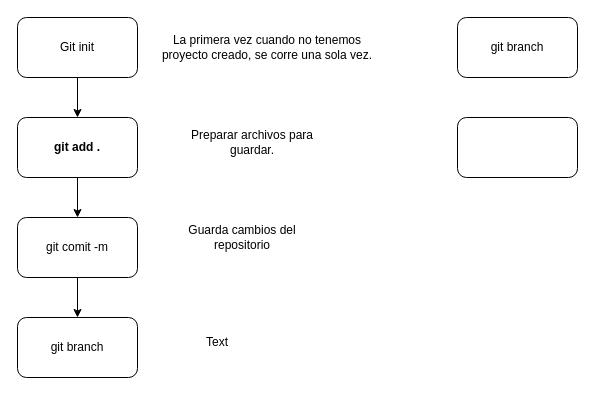
Before: page "Page-1" (1 of 2) of flujo.dio in arevaloramirezmariavictoria1/pagina-web-anime, a draw.io diagram. Source tidied: cells renumbered, new cells numbered last; positions are measured from the earlier drawing's top-left corner, leaving out a move shared by most shapes. Both pictures are drawn from the tidied source at 100%, with x=0, y=0 at pixel (17, 17).
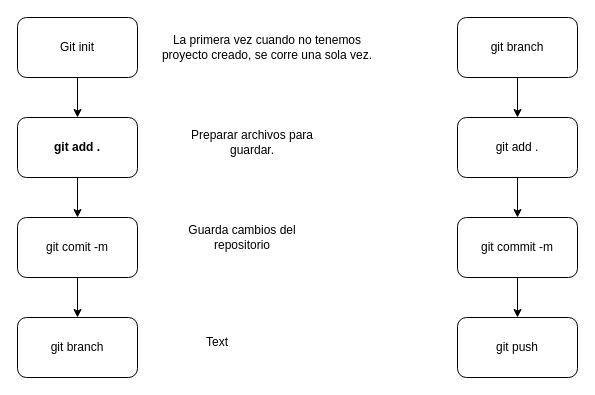
The same page after the edit.

Diff of the diagram source:
```diff
@@
 <mxGraphModel>
   <root>
     <mxCell id="0" />
     <mxCell id="1" parent="0" />
     <mxCell id="2" style="edgeStyle=none;html=1;" parent="1" edge="1" source="3" target="5">
       <mxGeometry relative="1" as="geometry" />
     </mxCell>
     <mxCell id="3" value="Git init" style="rounded=1;whiteSpace=wrap;html=1;" parent="1" vertex="1">
       <mxGeometry width="120" height="60" as="geometry" />
     </mxCell>
     <mxCell id="4" style="edgeStyle=none;html=1;" parent="1" edge="1" source="5" target="9">
       <mxGeometry relative="1" as="geometry" />
     </mxCell>
     <mxCell id="5" value="git add ." style="rounded=1;whiteSpace=wrap;html=1;fontStyle=1;" parent="1" vertex="1">
       <mxGeometry y="100" width="120" height="60" as="geometry" />
     </mxCell>
     <mxCell id="6" value="La primera vez cuando no tenemos proyecto creado, se corre una sola vez." style="text;html=1;align=center;verticalAlign=middle;whiteSpace=wrap;rounded=0;" parent="1" vertex="1">
       <mxGeometry x="140" y="15" width="220" height="30" as="geometry" />
     </mxCell>
     <mxCell id="7" value="Preparar archivos para guardar." style="text;html=1;align=center;verticalAlign=middle;whiteSpace=wrap;rounded=0;" parent="1" vertex="1">
       <mxGeometry x="150" y="110" width="170" height="30" as="geometry" />
     </mxCell>
     <mxCell id="8" style="edgeStyle=none;html=1;" parent="1" edge="1" source="9" target="10">
       <mxGeometry relative="1" as="geometry" />
     </mxCell>
     <mxCell id="9" value="git comit -m" style="rounded=1;whiteSpace=wrap;html=1;" parent="1" vertex="1">
       <mxGeometry y="200" width="120" height="60" as="geometry" />
     </mxCell>
     <mxCell id="10" value="git branch" style="rounded=1;whiteSpace=wrap;html=1;" parent="1" vertex="1">
       <mxGeometry y="300" width="120" height="60" as="geometry" />
     </mxCell>
     <mxCell id="11" value="Text" style="text;html=1;align=center;verticalAlign=middle;whiteSpace=wrap;rounded=0;" parent="1" vertex="1">
       <mxGeometry x="170" y="310" width="60" height="30" as="geometry" />
     </mxCell>
     <mxCell id="12" value="Guarda cambios del repositorio" style="text;html=1;align=center;verticalAlign=middle;whiteSpace=wrap;rounded=0;" parent="1" vertex="1">
       <mxGeometry x="150" y="210" width="150" height="20" as="geometry" />
     </mxCell>
+    <mxCell id="15" style="edgeStyle=none;html=1;" parent="1" edge="1" source="13" target="14">
+      <mxGeometry relative="1" as="geometry" />
+    </mxCell>
     <mxCell id="13" value="git branch" style="rounded=1;whiteSpace=wrap;html=1;" parent="1" vertex="1">
       <mxGeometry x="440" width="120" height="60" as="geometry" />
     </mxCell>
+    <mxCell id="16" style="edgeStyle=none;html=1;" parent="1" edge="1" source="14" target="18">
+      <mxGeometry relative="1" as="geometry" />
+    </mxCell>
-    <mxCell id="14" style="rounded=1;whiteSpace=wrap;html=1;" parent="1" vertex="1">
+    <mxCell id="14" value="git add ." style="rounded=1;whiteSpace=wrap;html=1;" parent="1" vertex="1">
       <mxGeometry x="440" y="100" width="120" height="60" as="geometry" />
     </mxCell>
+    <mxCell id="17" style="edgeStyle=none;html=1;" parent="1" edge="1" source="18" target="19">
+      <mxGeometry relative="1" as="geometry" />
+    </mxCell>
+    <mxCell id="18" value="git commit -m" style="rounded=1;whiteSpace=wrap;html=1;" parent="1" vertex="1">
+      <mxGeometry x="440" y="200" width="120" height="60" as="geometry" />
+    </mxCell>
+    <mxCell id="19" value="git push" style="rounded=1;whiteSpace=wrap;html=1;" parent="1" vertex="1">
+      <mxGeometry x="440" y="300" width="120" height="60" as="geometry" />
+    </mxCell>
   </root>
 </mxGraphModel>
```
